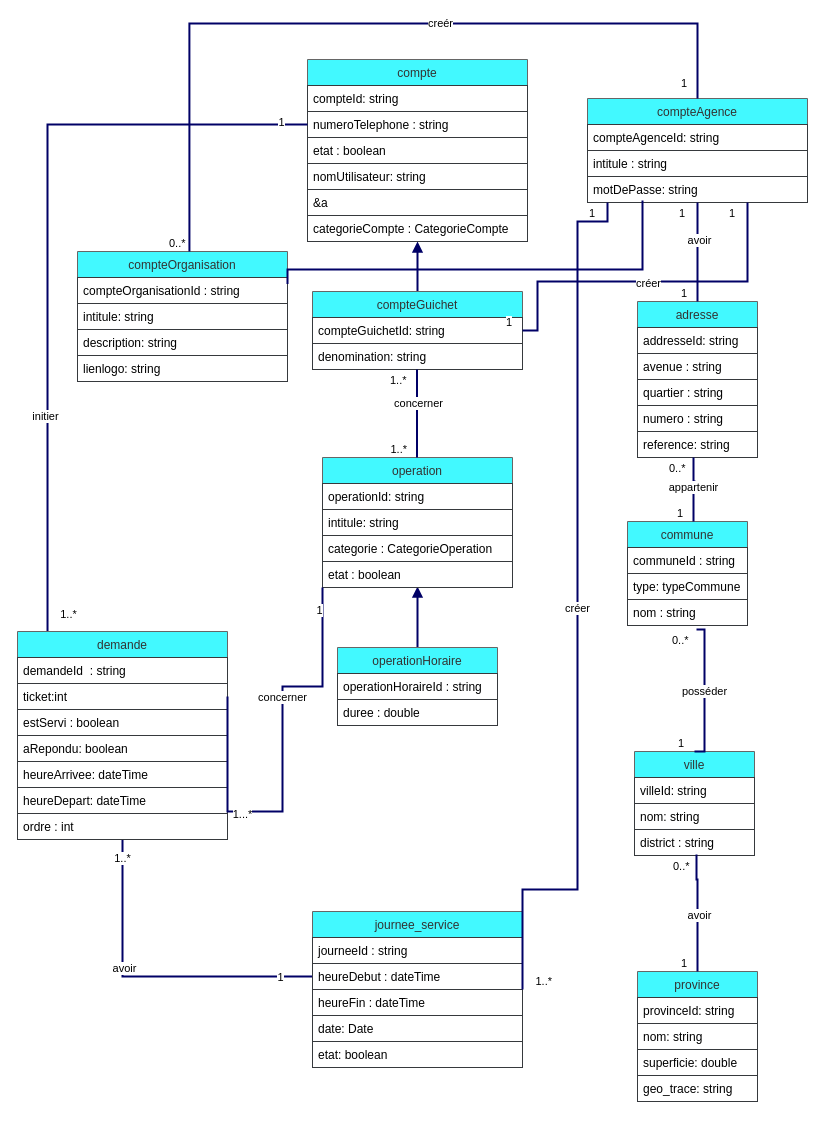
Before: Untitled Diagram.drawio in FranckTshiz27/virtLine_api, a draw.io diagram. Source tidied: cells renumbered, new cells numbered last; positions are measured from the earlier drawing's top-left corner, leaving out a move shared by most shapes. Both pictures are drawn from the tidied source at 100%, with x=0, y=0 at pixel (17, 23).
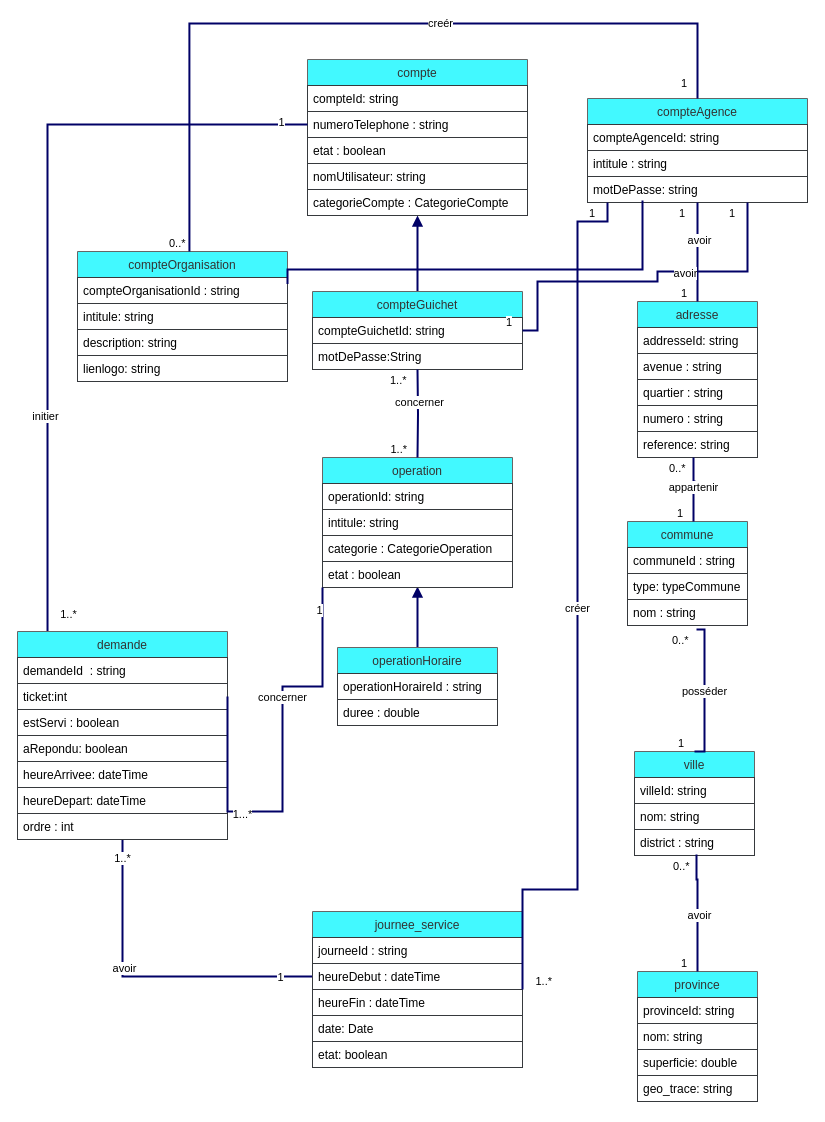
After the change.

Unchanged cells that the change refers to:
```xml
<mxCell id="53" value="compteGuichet" style="swimlane;fontStyle=0;horizontal=1;startSize=26;fillColor=#42F9FF;fontColor=#333333;strokeColor=#666666;rounded=0;strokeWidth=1;" parent="1" vertex="1">
  <mxGeometry x="295" y="268" width="210" height="78" as="geometry" />
</mxCell>
<mxCell id="54" value="compteGuichetId: string" style="text;strokeColor=#36393d;fillColor=#fff;align=left;verticalAlign=top;spacingLeft=4;spacingRight=4;overflow=hidden;points=[[0,0.5],[1,0.5]];portConstraint=eastwest;" parent="53" vertex="1">
  <mxGeometry y="26" width="210" height="26" as="geometry" />
</mxCell>
<mxCell id="60" value="operation" style="swimlane;fontStyle=0;horizontal=1;startSize=26;fillColor=#42F9FF;fontColor=#333333;strokeColor=#666666;rounded=0;strokeWidth=1;" parent="1" vertex="1">
  <mxGeometry x="305" y="434" width="190" height="130" as="geometry" />
</mxCell>
```

Diff of the diagram source:
```diff
@@
     <mxCell id="3" value="compte" style="swimlane;fontStyle=0;horizontal=1;startSize=26;fillColor=#42F9FF;fontColor=#333333;strokeColor=#666666;rounded=0;strokeWidth=1;" parent="1" vertex="1">
-      <mxGeometry x="290" y="36" width="220" height="182" as="geometry" />
+      <mxGeometry x="290" y="36" width="220" height="156" as="geometry" />
     </mxCell>
@@
-    <mxCell id="8" value="&amp;a    &#10;&#10;" style="text;strokeColor=#36393d;fillColor=#fff;align=left;verticalAlign=top;spacingLeft=4;spacingRight=4;overflow=hidden;" parent="3" vertex="1">
-      <mxGeometry y="130" width="220" height="26" as="geometry" />
-    </mxCell>
     <mxCell id="9" value="categorieCompte : CategorieCompte" style="text;strokeColor=#36393d;fillColor=#fff;align=left;verticalAlign=top;spacingLeft=4;spacingRight=4;overflow=hidden;" parent="3" vertex="1">
-      <mxGeometry y="156" width="220" height="26" as="geometry" />
+      <mxGeometry y="130" width="220" height="26" as="geometry" />
     </mxCell>
@@
-    <mxCell id="55" value="denomination: string" style="text;strokeColor=#36393d;fillColor=#fff;align=left;verticalAlign=top;spacingLeft=4;spacingRight=4;overflow=hidden;" parent="53" vertex="1">
-      <mxGeometry y="52" width="210" height="26" as="geometry" />
-    </mxCell>
+    <mxCell id="104" value="motDePasse:String" style="text;strokeColor=#36393d;fillColor=#fff;align=left;verticalAlign=top;spacingLeft=4;spacingRight=4;overflow=hidden;" parent="53" vertex="1">
+      <mxGeometry y="52" width="210" height="26" as="geometry" />
+    </mxCell>
@@
-    <mxCell id="65" style="endArrow=none;html=1;edgeStyle=orthogonalEdgeStyle;rounded=0;strokeColor=#000066;strokeWidth=2;exitX=0.5;exitY=1;exitDx=0;exitDy=0;" parent="1" edge="1" target="60">
+    <mxCell id="65" style="endArrow=none;html=1;edgeStyle=orthogonalEdgeStyle;rounded=0;strokeColor=#000066;strokeWidth=2;" parent="1" edge="1" target="60">
       <mxGeometry relative="1" as="geometry">
-        <mxPoint x="399.5" y="346" as="sourcePoint" />
+        <mxPoint x="400" y="346" as="sourcePoint" />
       </mxGeometry>
     </mxCell>
@@
     <mxCell id="100" style="endArrow=none;html=1;edgeStyle=orthogonalEdgeStyle;rounded=0;strokeColor=#000066;strokeWidth=2;exitX=0.5;exitY=1;exitDx=0;exitDy=0;" parent="1" edge="1" target="54">
       <mxGeometry relative="1" as="geometry">
         <mxPoint x="730" y="179" as="sourcePoint" />
         <Array as="points">
-          <mxPoint x="730" y="258" />
+          <mxPoint x="730" y="248" />
+          <mxPoint x="640" y="248" />
+          <mxPoint x="640" y="258" />
           <mxPoint x="520" y="258" />
           <mxPoint x="520" y="307" />
         </Array>
       </mxGeometry>
     </mxCell>
@@
-    <mxCell id="103" value="créer" style="edgeLabel;html=1;align=center;verticalAlign=middle;" parent="100" vertex="1">
-      <mxGeometry x="-0.25" y="1" relative="1" as="geometry">
-        <mxPoint x="-47" as="offset" />
-      </mxGeometry>
+    <mxCell id="103" value="avoir" style="edgeLabel;html=1;align=center;verticalAlign=middle;" parent="100" vertex="1">
+      <mxGeometry x="-0.25" y="1" relative="1" as="geometry" />
     </mxCell>
```
